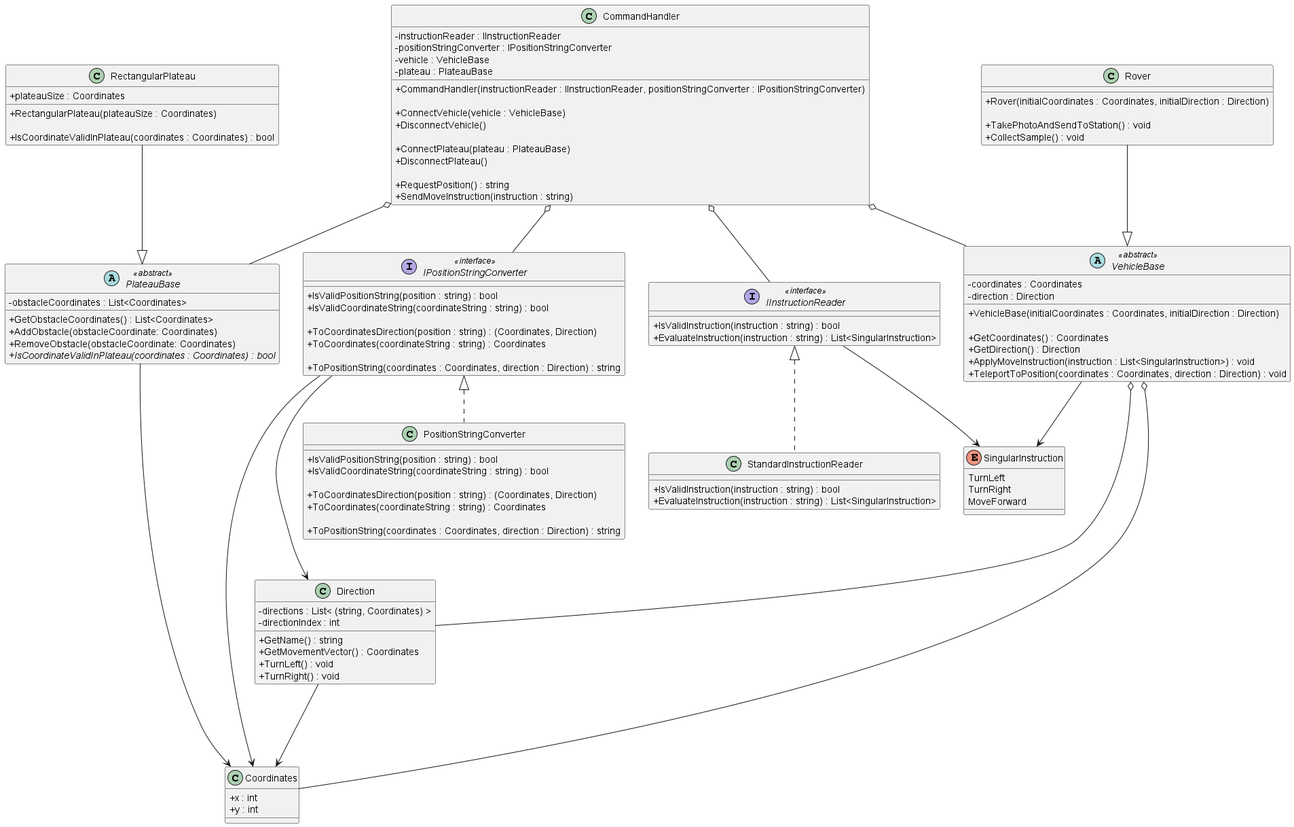
iamfranco/MarsRoverChallenge keeps this PlantUML diagram as puml/Mars Rover Challenge.png. Above is the earlier version.
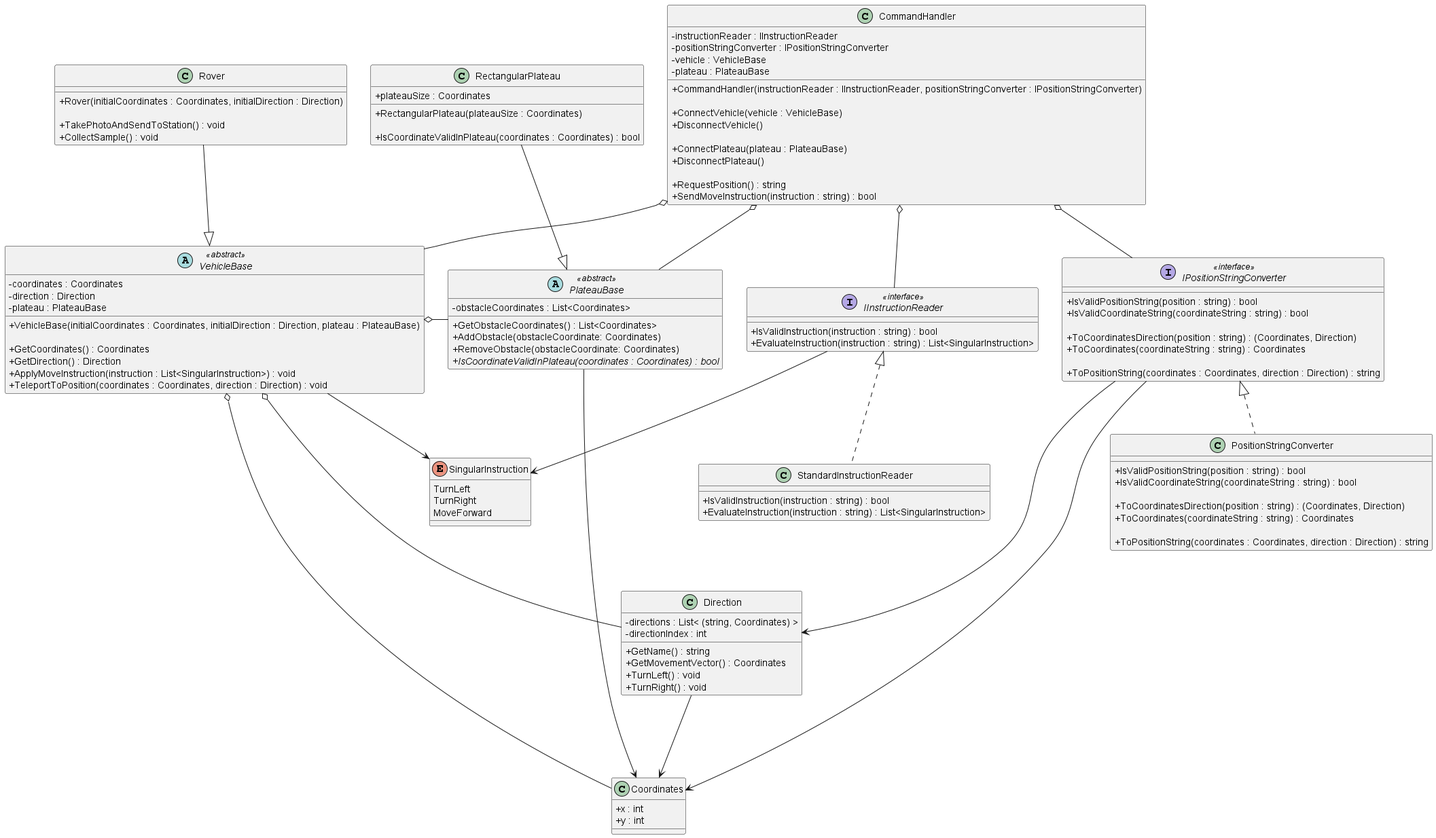
Above is the later version.

Commit message:
add plateau field to VehicleBase class

Change to the diagram source:
```diff
@@ -82,8 +82,9 @@
 {
   - coordinates : Coordinates
   - direction : Direction
+  - plateau : PlateauBase
 
-  + VehicleBase(initialCoordinates : Coordinates, initialDirection : Direction)
+  + VehicleBase(initialCoordinates : Coordinates, initialDirection : Direction, plateau : PlateauBase)
 
   + GetCoordinates() : Coordinates
   + GetDirection() : Direction
@@ -115,7 +116,7 @@
   + DisconnectPlateau()
 
   + RequestPosition() : string
-  + SendMoveInstruction(instruction : string)
+  + SendMoveInstruction(instruction : string) : bool
 }
 
 CommandHandler o-- IInstructionReader
@@ -130,6 +131,7 @@
 VehicleBase --> SingularInstruction
 VehicleBase o--- Direction
 VehicleBase o---- Coordinates
+VehicleBase o- PlateauBase
 
 IPositionStringConverter <|.. PositionStringConverter
 IPositionStringConverter ---> Direction
```
